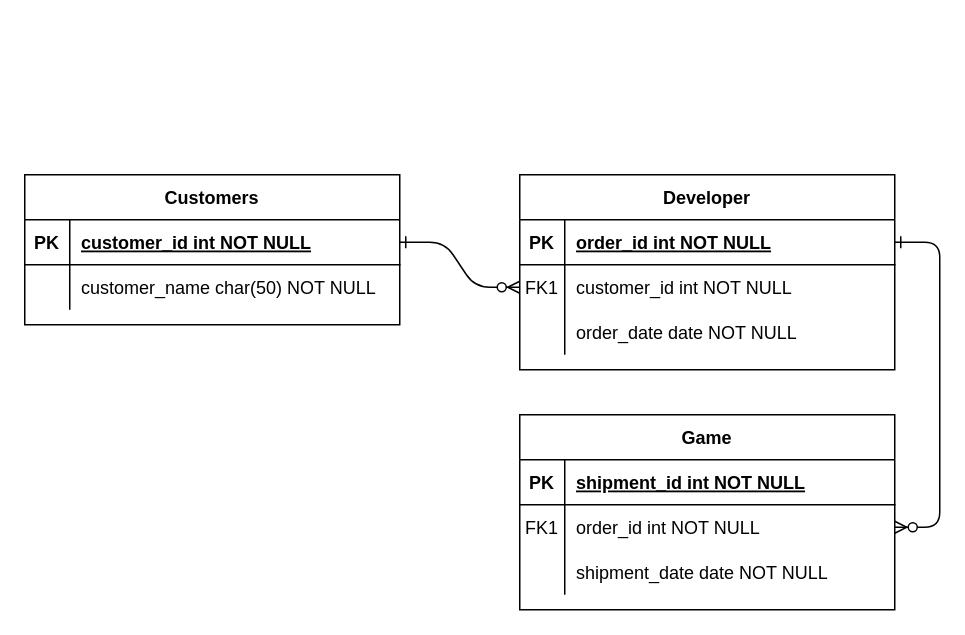
Earlier version of the draw.io diagram m3/task3.1/schema.drawio (InfraMarine/DevOps_online_Kyiv_2020Q42021Q1). Source tidied: cells renumbered, new cells numbered last; positions are measured from the earlier drawing's top-left corner, leaving out a move shared by most shapes. Both pictures are drawn from the tidied source at 150%, with x=0, y=0 at pixel (24, 174).
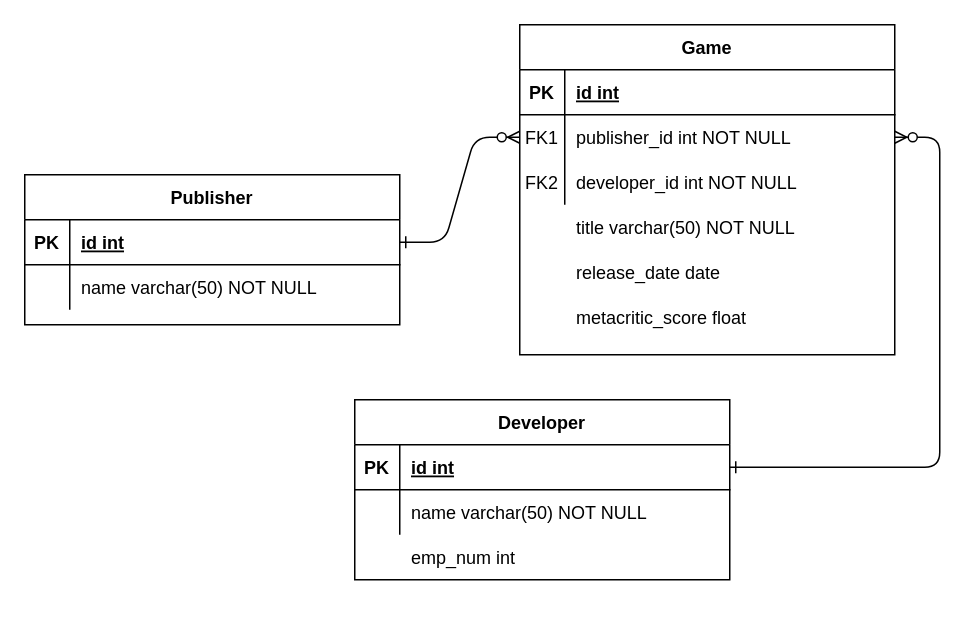
Above is the later version.

The change refers to these unchanged cells:
```xml
<mxCell id="5" style="shape=partialRectangle;fillColor=none;points=[[0,0.5],[1,0.5]];portConstraint=eastwest;top=0;left=0;right=0;bottom=1;" parent="4" vertex="1">
  <mxGeometry y="30" width="250" height="30" as="geometry" />
</mxCell>
<mxCell id="15" style="shape=partialRectangle;fillColor=none;top=0;left=0;right=0;bottom=1;" parent="14" vertex="1">
  <mxGeometry y="30" width="250" height="30" as="geometry" />
</mxCell>
<mxCell id="18" style="shape=partialRectangle;fillColor=none;points=[[0,0.5],[1,0.5]];portConstraint=eastwest;top=0;left=0;right=0;bottom=0;" parent="14" vertex="1">
  <mxGeometry y="60" width="250" height="30" as="geometry" />
</mxCell>
<mxCell id="21" style="shape=partialRectangle;fillColor=none;top=0;left=0;right=0;bottom=0;" parent="14" vertex="1">
  <mxGeometry y="90" width="250" height="30" as="geometry" />
</mxCell>
<mxCell id="25" style="shape=partialRectangle;fillColor=none;points=[[0,0.5],[1,0.5]];portConstraint=eastwest;top=0;left=0;right=0;bottom=1;" parent="24" vertex="1">
  <mxGeometry y="30" width="250" height="30" as="geometry" />
</mxCell>
<mxCell id="28" style="shape=partialRectangle;fillColor=none;top=0;left=0;right=0;bottom=0;" parent="24" vertex="1">
  <mxGeometry y="60" width="250" height="30" as="geometry" />
</mxCell>
```

What changed in the source:
```diff
@@
-    <mxCell id="2" style="edgeStyle=entityRelationEdgeStyle;endArrow=ERzeroToMany;startArrow=ERone;endFill=1;startFill=0;" parent="1" edge="1" source="25" target="8">
+    <mxCell id="2" style="edgeStyle=entityRelationEdgeStyle;endArrow=ERzeroToMany;startArrow=ERone;endFill=1;startFill=0;entryX=0;entryY=0.5;entryDx=0;entryDy=0;" parent="1" edge="1" source="25" target="18">
       <mxGeometry relative="1" as="geometry" />
     </mxCell>
@@
     <mxCell id="4" value="Developer" style="shape=table;startSize=30;childLayout=tableLayout;rowLines=0;fontStyle=1;align=center;" parent="1" vertex="1">
-      <mxGeometry x="330" width="250" height="130" as="geometry" />
+      <mxGeometry x="220" y="150" width="250" height="120" as="geometry" />
     </mxCell>
@@
-    <mxCell id="7" value="order_id int NOT NULL " style="shape=partialRectangle;overflow=hidden;fillColor=none;top=0;left=0;bottom=0;right=0;align=left;spacingLeft=6;fontStyle=5;" parent="5" vertex="1">
+    <mxCell id="7" value="id int" style="shape=partialRectangle;overflow=hidden;fillColor=none;top=0;left=0;bottom=0;right=0;align=left;spacingLeft=6;fontStyle=5;" parent="5" vertex="1">
       <mxGeometry x="30" width="220" height="30" as="geometry" />
     </mxCell>
-    <mxCell id="8" style="shape=partialRectangle;fillColor=none;points=[[0,0.5],[1,0.5]];portConstraint=eastwest;top=0;left=0;right=0;bottom=0;" parent="4" vertex="1">
-      <mxGeometry y="60" width="250" height="30" as="geometry" />
-    </mxCell>
-    <mxCell id="9" value="FK1" style="shape=partialRectangle;overflow=hidden;fillColor=none;top=0;left=0;bottom=0;right=0;" parent="8" vertex="1">
-      <mxGeometry width="30" height="30" as="geometry" />
-    </mxCell>
-    <mxCell id="10" value="customer_id int NOT NULL" style="shape=partialRectangle;overflow=hidden;fillColor=none;top=0;left=0;bottom=0;right=0;align=left;spacingLeft=6;" parent="8" vertex="1">
-      <mxGeometry x="30" width="220" height="30" as="geometry" />
-    </mxCell>
     <mxCell id="11" style="shape=partialRectangle;fillColor=none;top=0;left=0;right=0;bottom=0;" parent="4" vertex="1">
-      <mxGeometry y="90" width="250" height="30" as="geometry" />
+      <mxGeometry y="60" width="250" height="30" as="geometry" />
     </mxCell>
@@
-    <mxCell id="13" value="order_date date NOT NULL" style="shape=partialRectangle;overflow=hidden;fillColor=none;top=0;left=0;bottom=0;right=0;align=left;spacingLeft=6;" parent="11" vertex="1">
+    <mxCell id="13" value="name varchar(50) NOT NULL" style="shape=partialRectangle;overflow=hidden;fillColor=none;top=0;left=0;bottom=0;right=0;align=left;spacingLeft=6;" parent="11" vertex="1">
       <mxGeometry x="30" width="220" height="30" as="geometry" />
     </mxCell>
     <mxCell id="14" value="Game" style="shape=table;startSize=30;childLayout=tableLayout;rowLines=0;fontStyle=1;align=center;" parent="1" vertex="1">
-      <mxGeometry x="330" y="160" width="250" height="130" as="geometry" />
+      <mxGeometry x="330" y="-100" width="250" height="220" as="geometry" />
     </mxCell>
@@
-    <mxCell id="17" value="shipment_id int NOT NULL " style="shape=partialRectangle;overflow=hidden;fillColor=none;top=0;left=0;bottom=0;right=0;align=left;spacingLeft=6;fontStyle=5;" parent="15" vertex="1">
+    <mxCell id="17" value="id int" style="shape=partialRectangle;overflow=hidden;fillColor=none;top=0;left=0;bottom=0;right=0;align=left;spacingLeft=6;fontStyle=5;" parent="15" vertex="1">
       <mxGeometry x="30" width="220" height="30" as="geometry" />
     </mxCell>
@@
-    <mxCell id="20" value="order_id int NOT NULL" style="shape=partialRectangle;overflow=hidden;fillColor=none;top=0;left=0;bottom=0;right=0;align=left;spacingLeft=6;" parent="18" vertex="1">
+    <mxCell id="20" value="publisher_id int NOT NULL" style="shape=partialRectangle;overflow=hidden;fillColor=none;top=0;left=0;bottom=0;right=0;align=left;spacingLeft=6;" parent="18" vertex="1">
       <mxGeometry x="30" width="220" height="30" as="geometry" />
     </mxCell>
@@
-    <mxCell id="22" style="shape=partialRectangle;overflow=hidden;fillColor=none;top=0;left=0;bottom=0;right=0;" parent="21" vertex="1">
+    <mxCell id="22" value="FK2" style="shape=partialRectangle;overflow=hidden;fillColor=none;top=0;left=0;bottom=0;right=0;" parent="21" vertex="1">
       <mxGeometry width="30" height="30" as="geometry" />
     </mxCell>
-    <mxCell id="23" value="shipment_date date NOT NULL" style="shape=partialRectangle;overflow=hidden;fillColor=none;top=0;left=0;bottom=0;right=0;align=left;spacingLeft=6;" parent="21" vertex="1">
+    <mxCell id="23" value="developer_id int NOT NULL" style="shape=partialRectangle;overflow=hidden;fillColor=none;top=0;left=0;bottom=0;right=0;align=left;spacingLeft=6;" parent="21" vertex="1">
       <mxGeometry x="30" width="220" height="30" as="geometry" />
     </mxCell>
-    <mxCell id="24" value="Customers" style="shape=table;startSize=30;childLayout=tableLayout;rowLines=0;fontStyle=1;align=center;" parent="1" vertex="1">
+    <mxCell id="24" value="Publisher" style="shape=table;startSize=30;childLayout=tableLayout;rowLines=0;fontStyle=1;align=center;" parent="1" vertex="1">
       <mxGeometry width="250" height="100" as="geometry" />
     </mxCell>
@@
-    <mxCell id="27" value="customer_id int NOT NULL " style="shape=partialRectangle;overflow=hidden;fillColor=none;top=0;left=0;bottom=0;right=0;align=left;spacingLeft=6;fontStyle=5;" parent="25" vertex="1">
+    <mxCell id="27" value="id int" style="shape=partialRectangle;overflow=hidden;fillColor=none;top=0;left=0;bottom=0;right=0;align=left;spacingLeft=6;fontStyle=5;" parent="25" vertex="1">
       <mxGeometry x="30" width="220" height="30" as="geometry" />
     </mxCell>
@@
-    <mxCell id="30" value="customer_name char(50) NOT NULL" style="shape=partialRectangle;overflow=hidden;fillColor=none;top=0;left=0;bottom=0;right=0;align=left;spacingLeft=6;" parent="28" vertex="1">
+    <mxCell id="30" value="name varchar(50) NOT NULL" style="shape=partialRectangle;overflow=hidden;fillColor=none;top=0;left=0;bottom=0;right=0;align=left;spacingLeft=6;" parent="28" vertex="1">
       <mxGeometry x="30" width="220" height="30" as="geometry" />
     </mxCell>
+    <mxCell id="31" value="title varchar(50) NOT NULL" style="shape=partialRectangle;overflow=hidden;fillColor=none;top=0;left=0;bottom=0;right=0;align=left;spacingLeft=6;" parent="1" vertex="1">
+      <mxGeometry x="360" y="20" width="220" height="30" as="geometry" />
+    </mxCell>
+    <mxCell id="32" value="metacritic_score float" style="shape=partialRectangle;overflow=hidden;fillColor=none;top=0;left=0;bottom=0;right=0;align=left;spacingLeft=6;" parent="1" vertex="1">
+      <mxGeometry x="360" y="80" width="220" height="30" as="geometry" />
+    </mxCell>
+    <mxCell id="33" value="release_date date" style="shape=partialRectangle;overflow=hidden;fillColor=none;top=0;left=0;bottom=0;right=0;align=left;spacingLeft=6;" parent="1" vertex="1">
+      <mxGeometry x="360" y="50" width="220" height="30" as="geometry" />
+    </mxCell>
+    <mxCell id="34" value="emp_num int" style="shape=partialRectangle;overflow=hidden;fillColor=none;top=0;left=0;bottom=0;right=0;align=left;spacingLeft=6;" parent="1" vertex="1">
+      <mxGeometry x="250" y="240" width="220" height="30" as="geometry" />
+    </mxCell>
```
